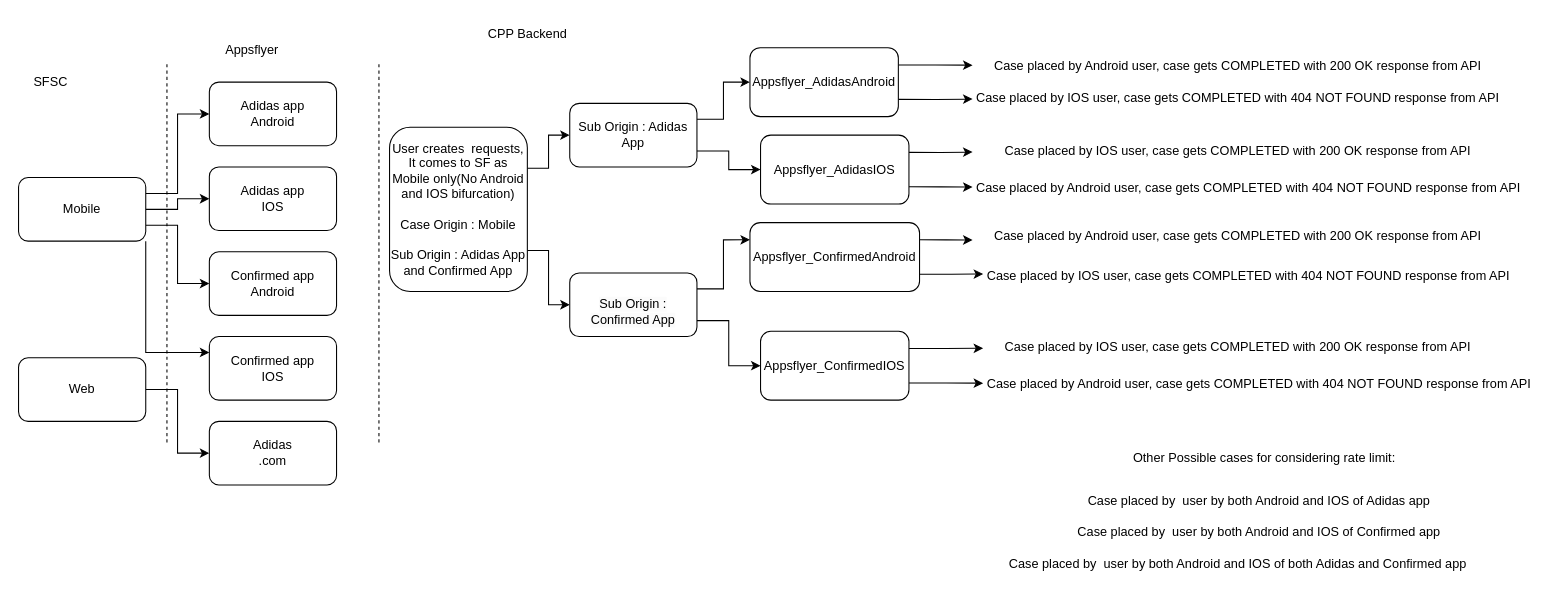
The draw.io diagram Appsflyer.drawio in bhavana184/drawioDiagrams, before the edit. Source tidied: cells renumbered, new cells numbered last; positions are measured from the earlier drawing's top-left corner, leaving out a move shared by most shapes. Both pictures are drawn from the tidied source at 106%, with x=0, y=0 at pixel (18, 18).
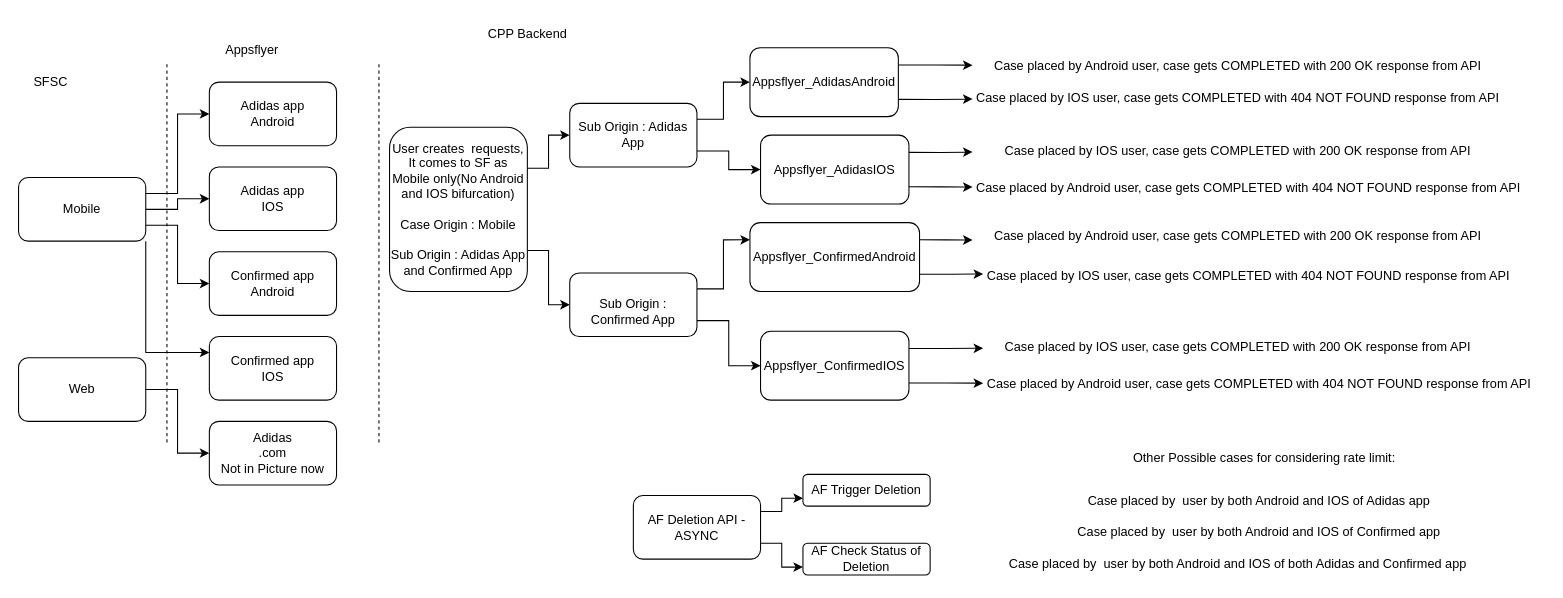
After the change.

Change to the diagram source:
```diff
@@
-    <mxCell id="13" value="Adidas&lt;br&gt;.com" style="rounded=1;whiteSpace=wrap;html=1;" parent="1" vertex="1">
+    <mxCell id="13" value="Adidas&lt;br&gt;.com&lt;br&gt;Not in Picture now" style="rounded=1;whiteSpace=wrap;html=1;" parent="1" vertex="1">
       <mxGeometry x="180" y="380" width="120" height="60" as="geometry" />
     </mxCell>
@@
+    <mxCell id="52" value="AF Trigger Deletion" style="rounded=1;whiteSpace=wrap;html=1;" parent="1" vertex="1">
+      <mxGeometry x="740" y="430" width="120" height="30" as="geometry" />
+    </mxCell>
+    <mxCell id="53" value="AF Check Status of Deletion" style="rounded=1;whiteSpace=wrap;html=1;" parent="1" vertex="1">
+      <mxGeometry x="740" y="495" width="120" height="30" as="geometry" />
+    </mxCell>
+    <mxCell id="54" style="edgeStyle=orthogonalEdgeStyle;rounded=0;jettySize=auto;html=1;exitX=1;exitY=0.25;exitDx=0;exitDy=0;entryX=0;entryY=0.75;entryDx=0;entryDy=0;" parent="1" edge="1" source="56" target="52">
+      <mxGeometry relative="1" as="geometry" />
+    </mxCell>
+    <mxCell id="55" style="edgeStyle=orthogonalEdgeStyle;rounded=0;jettySize=auto;html=1;exitX=1;exitY=0.75;exitDx=0;exitDy=0;entryX=0;entryY=0.75;entryDx=0;entryDy=0;" parent="1" edge="1" source="56" target="53">
+      <mxGeometry relative="1" as="geometry" />
+    </mxCell>
+    <mxCell id="56" value="AF Deletion API - ASYNC" style="rounded=1;whiteSpace=wrap;html=1;" parent="1" vertex="1">
+      <mxGeometry x="580" y="450" width="120" height="60" as="geometry" />
+    </mxCell>
```
